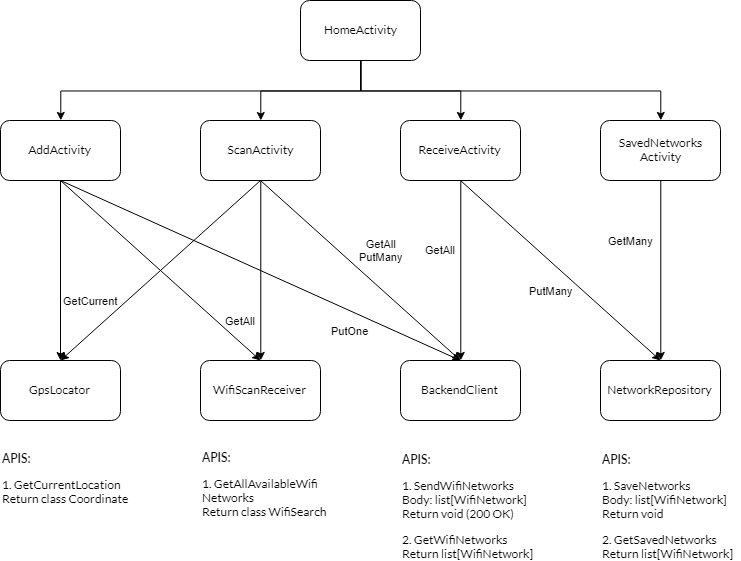
The draw.io diagram unused-img/app-architecture.png in nwhacks2018/nwhacks2018.github.io, before a commit. Source tidied: cells renumbered, new cells last; positions are measured from the earlier drawing's top-left corner, leaving out a move shared by most shapes.
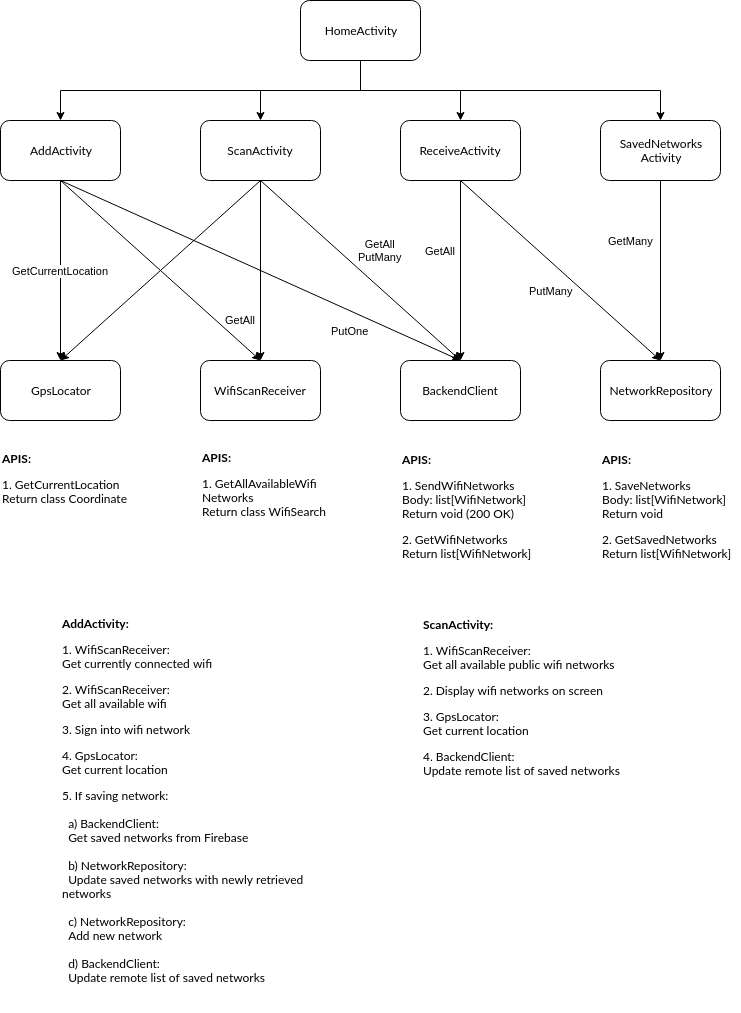
The same diagram one commit later.

Commit message:
Update app architecture diagram

Diff of the diagram source:
```diff
@@ -43,8 +43,8 @@
     <mxCell id="8" value="ScanActivity" style="rounded=1;whiteSpace=wrap;html=1;fontFamily=Lato;" parent="1" vertex="1">
       <mxGeometry x="200" y="120" width="120" height="60" as="geometry" />
     </mxCell>
-    <mxCell id="9" value="GetCurrent" style="edgeStyle=orthogonalEdgeStyle;rounded=0;jettySize=auto;html=1;" parent="1" edge="1" source="10" target="16">
-      <mxGeometry x="0.33" y="30" relative="1" as="geometry" />
+    <mxCell id="9" value="GetCurrentLocation" style="edgeStyle=orthogonalEdgeStyle;rounded=0;jettySize=auto;html=1;" parent="1" edge="1" source="10" target="16">
+      <mxGeometry relative="1" as="geometry" />
     </mxCell>
     <mxCell id="10" value="AddActivity" style="rounded=1;whiteSpace=wrap;html=1;fontFamily=Lato;" parent="1" vertex="1">
       <mxGeometry y="120" width="120" height="60" as="geometry" />
@@ -106,5 +106,11 @@
     <mxCell id="27" value="&lt;p&gt;&lt;font face=&quot;Lato&quot;&gt;&lt;b&gt;APIS:&lt;/b&gt;&lt;/font&gt;&lt;/p&gt;&lt;p&gt;&lt;font face=&quot;Lato&quot;&gt;1. SaveNetworks&lt;br&gt;Body: list[WifiNetwork]&lt;br&gt;Return void&lt;/font&gt;&lt;/p&gt;&lt;font face=&quot;Lato&quot;&gt;2. GetSavedNetworks&lt;br&gt;Return list[WifiNetwork]&lt;br&gt;&lt;/font&gt;" style="text;html=1;strokeColor=none;fillColor=none;align=left;verticalAlign=middle;whiteSpace=wrap;rounded=0;" parent="1" vertex="1">
       <mxGeometry x="600" y="440" width="140" height="120" as="geometry" />
     </mxCell>
+    <mxCell id="28" value="&lt;p&gt;&lt;font face=&quot;Lato&quot;&gt;&lt;b&gt;AddActivity:&lt;/b&gt;&lt;/font&gt;&lt;/p&gt;&lt;p&gt;&lt;font face=&quot;Lato&quot;&gt;1. WifiScanReceiver:&lt;br&gt;Get currently connected wifi&lt;/font&gt;&lt;/p&gt;&lt;p&gt;&lt;font face=&quot;Lato&quot;&gt;2. WifiScanReceiver:&lt;br&gt;Get all available wifi&lt;/font&gt;&lt;/p&gt;&lt;p&gt;&lt;font face=&quot;Lato&quot;&gt;3. Sign into wifi network&lt;/font&gt;&lt;/p&gt;&lt;p&gt;&lt;font face=&quot;Lato&quot;&gt;4. GpsLocator:&lt;br&gt;Get current location&lt;br&gt;&lt;/font&gt;&lt;/p&gt;&lt;p&gt;&lt;font face=&quot;Lato&quot;&gt;5. If saving network:&lt;br&gt;&lt;br&gt;&amp;nbsp; a) BackendClient:&lt;br&gt;&amp;nbsp; Get saved networks from Firebase&lt;br&gt;&lt;br&gt;&amp;nbsp; b) NetworkRepository:&lt;br&gt;&amp;nbsp; Update saved networks with newly retrieved networks&lt;br&gt;&lt;br&gt;&amp;nbsp; c) NetworkRepository:&lt;br&gt;&amp;nbsp; Add new network&lt;br&gt;&lt;br&gt;&amp;nbsp; d) BackendClient:&lt;br&gt;&amp;nbsp; Update remote list of saved networks&lt;/font&gt;&lt;/p&gt;&lt;font face=&quot;Lato&quot;&gt;&lt;br&gt;&lt;/font&gt;" style="text;html=1;strokeColor=none;fillColor=none;align=left;verticalAlign=middle;whiteSpace=wrap;rounded=0;" parent="1" vertex="1">
+      <mxGeometry x="60" y="602" width="280" height="410" as="geometry" />
+    </mxCell>
+    <mxCell id="29" value="&lt;p&gt;&lt;font face=&quot;Lato&quot;&gt;&lt;b&gt;ScanActivity:&lt;/b&gt;&lt;/font&gt;&lt;/p&gt;&lt;p&gt;&lt;font face=&quot;Lato&quot;&gt;1. WifiScanReceiver:&lt;br&gt;Get all available public wifi networks&lt;/font&gt;&lt;/p&gt;&lt;p&gt;&lt;font face=&quot;Lato&quot;&gt;2. Display wifi networks on screen&lt;br&gt;&lt;/font&gt;&lt;/p&gt;&lt;p&gt;&lt;font face=&quot;Lato&quot;&gt;3. GpsLocator:&lt;br&gt;Get current location&lt;/font&gt;&lt;/p&gt;&lt;p&gt;&lt;font face=&quot;Lato&quot;&gt;4. BackendClient:&lt;br&gt;Update remote list of saved networks&lt;/font&gt;&lt;/p&gt;&lt;font face=&quot;Lato&quot;&gt;&lt;br&gt;&lt;/font&gt;" style="text;html=1;strokeColor=none;fillColor=none;align=left;verticalAlign=middle;whiteSpace=wrap;rounded=0;" parent="1" vertex="1">
+      <mxGeometry x="421" y="589" width="280" height="230" as="geometry" />
+    </mxCell>
   </root>
 </mxGraphModel>
```
